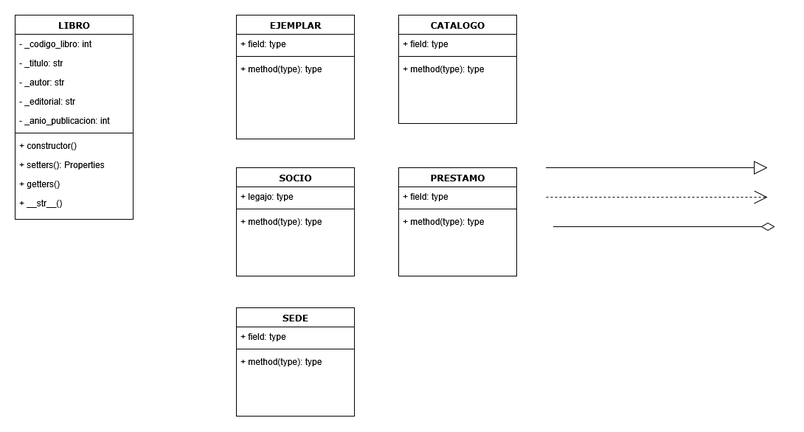
Before: Recursos/diagrama de clases.drawio.png, a diagram exported from draw.io (SergioGarzon/proyecto-dao). Source tidied: cells renumbered, new cells last; positions are measured from the earlier drawing's top-left corner, leaving out a move shared by most shapes.
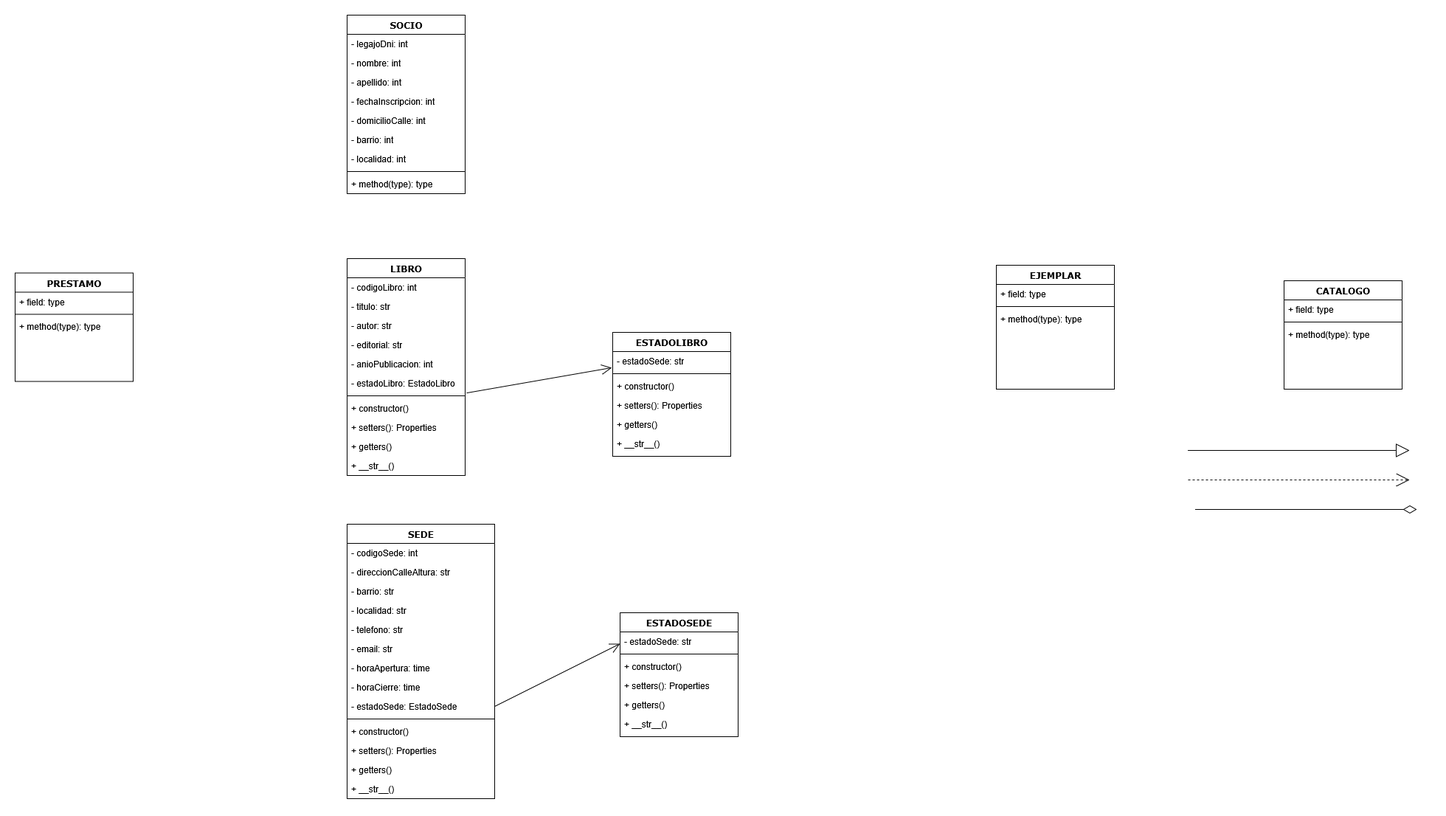
Later version of the same file.

Commit message:
feat: Se agregan las entidades, se trabaja en ello, y se modifica el diagrama de clases

What changed in the source:
```diff
@@ -24,33 +24,36 @@
     <mxCell id="4" value="LIBRO" style="swimlane;html=1;fontStyle=1;align=center;verticalAlign=top;horizontal=1;startSize=26;swimlaneFillColor=#ffffff;rounded=0;shadow=0;comic=0;labelBackgroundColor=none;strokeWidth=1;fillColor=none;fontFamily=Verdana;fontSize=12;" parent="1" vertex="1">
-      <mxGeometry width="160" height="277" as="geometry" />
+      <mxGeometry x="-420" y="-53" width="160" height="294" as="geometry" />
     </mxCell>
-    <mxCell id="5" value="- _codigo_libro: int&amp;nbsp;" style="text;html=1;strokeColor=none;fillColor=none;align=left;verticalAlign=top;spacingLeft=4;spacingRight=4;whiteSpace=wrap;overflow=hidden;" parent="4" vertex="1">
+    <mxCell id="5" value="- codigoLibro: int&amp;nbsp;" style="text;html=1;strokeColor=none;fillColor=none;align=left;verticalAlign=top;spacingLeft=4;spacingRight=4;whiteSpace=wrap;overflow=hidden;" parent="4" vertex="1">
       <mxGeometry y="26" width="160" height="26" as="geometry" />
     </mxCell>
-    <mxCell id="6" value="- _titulo: str" style="text;html=1;strokeColor=none;fillColor=none;align=left;verticalAlign=top;spacingLeft=4;spacingRight=4;whiteSpace=wrap;overflow=hidden;" parent="4" vertex="1">
+    <mxCell id="6" value="- titulo: str" style="text;html=1;strokeColor=none;fillColor=none;align=left;verticalAlign=top;spacingLeft=4;spacingRight=4;whiteSpace=wrap;overflow=hidden;" parent="4" vertex="1">
       <mxGeometry y="52" width="160" height="26" as="geometry" />
     </mxCell>
-    <mxCell id="7" value="- _autor: str" style="text;html=1;strokeColor=none;fillColor=none;align=left;verticalAlign=top;spacingLeft=4;spacingRight=4;whiteSpace=wrap;overflow=hidden;" parent="4" vertex="1">
+    <mxCell id="7" value="- autor: str" style="text;html=1;strokeColor=none;fillColor=none;align=left;verticalAlign=top;spacingLeft=4;spacingRight=4;whiteSpace=wrap;overflow=hidden;" parent="4" vertex="1">
       <mxGeometry y="78" width="160" height="26" as="geometry" />
     </mxCell>
-    <mxCell id="8" value="- _editorial: str" style="text;html=1;strokeColor=none;fillColor=none;align=left;verticalAlign=top;spacingLeft=4;spacingRight=4;whiteSpace=wrap;overflow=hidden;" parent="4" vertex="1">
+    <mxCell id="8" value="- editorial: str" style="text;html=1;strokeColor=none;fillColor=none;align=left;verticalAlign=top;spacingLeft=4;spacingRight=4;whiteSpace=wrap;overflow=hidden;" parent="4" vertex="1">
       <mxGeometry y="104" width="160" height="26" as="geometry" />
     </mxCell>
+    <mxCell id="36" value="- anioPublicacion: int" style="text;html=1;strokeColor=none;fillColor=none;align=left;verticalAlign=top;spacingLeft=4;spacingRight=4;whiteSpace=wrap;overflow=hidden;" parent="4" vertex="1">
+      <mxGeometry y="130" width="160" height="26" as="geometry" />
+    </mxCell>
-    <mxCell id="9" value="- _anio_publicacion: int" style="text;html=1;strokeColor=none;fillColor=none;align=left;verticalAlign=top;spacingLeft=4;spacingRight=4;whiteSpace=wrap;overflow=hidden;points=[[0,0.5],[1,0.5]];portConstraint=eastwest;" parent="4" vertex="1">
-      <mxGeometry y="130" width="160" height="26" as="geometry" />
+    <mxCell id="9" value="- estadoLibro: EstadoLibro" style="text;html=1;strokeColor=none;fillColor=none;align=left;verticalAlign=top;spacingLeft=4;spacingRight=4;whiteSpace=wrap;overflow=hidden;points=[[0,0.5],[1,0.5]];portConstraint=eastwest;" parent="4" vertex="1">
+      <mxGeometry y="156" width="160" height="26" as="geometry" />
     </mxCell>
     <mxCell id="10" style="line;html=1;strokeWidth=1;fillColor=none;align=left;verticalAlign=middle;spacingTop=-1;spacingLeft=3;spacingRight=3;labelPosition=right;" parent="4" vertex="1">
-      <mxGeometry y="156" width="160" height="8" as="geometry" />
+      <mxGeometry y="182" width="160" height="8" as="geometry" />
     </mxCell>
     <mxCell id="11" value="+ constructor()" style="text;html=1;strokeColor=none;fillColor=none;align=left;verticalAlign=top;spacingLeft=4;spacingRight=4;whiteSpace=wrap;overflow=hidden;" parent="4" vertex="1">
-      <mxGeometry y="164" width="160" height="26" as="geometry" />
+      <mxGeometry y="190" width="160" height="26" as="geometry" />
     </mxCell>
     <mxCell id="12" value="&lt;div&gt;+ setters(): Properties&lt;/div&gt;" style="text;html=1;strokeColor=none;fillColor=none;align=left;verticalAlign=top;spacingLeft=4;spacingRight=4;whiteSpace=wrap;overflow=hidden;" parent="4" vertex="1">
-      <mxGeometry y="190" width="160" height="26" as="geometry" />
+      <mxGeometry y="216" width="160" height="26" as="geometry" />
     </mxCell>
     <mxCell id="13" value="&lt;div&gt;+ getters()&lt;/div&gt;" style="text;html=1;strokeColor=none;fillColor=none;align=left;verticalAlign=top;spacingLeft=4;spacingRight=4;whiteSpace=wrap;overflow=hidden;" parent="4" vertex="1">
-      <mxGeometry y="216" width="160" height="26" as="geometry" />
+      <mxGeometry y="242" width="160" height="26" as="geometry" />
     </mxCell>
     <mxCell id="14" value="&lt;div&gt;+ __str__()&lt;/div&gt;" style="text;html=1;strokeColor=none;fillColor=none;align=left;verticalAlign=top;spacingLeft=4;spacingRight=4;whiteSpace=wrap;overflow=hidden;" parent="4" vertex="1">
-      <mxGeometry y="242" width="160" height="26" as="geometry" />
+      <mxGeometry y="268" width="160" height="26" as="geometry" />
     </mxCell>
@@ -67,3 +70,3 @@
     <mxCell id="16" value="EJEMPLAR" style="swimlane;html=1;fontStyle=1;align=center;verticalAlign=top;horizontal=1;startSize=26;swimlaneFillColor=#ffffff;rounded=0;shadow=0;comic=0;labelBackgroundColor=none;strokeWidth=1;fillColor=none;fontFamily=Verdana;fontSize=12;" parent="1" vertex="1">
-      <mxGeometry x="300" width="160" height="168" as="geometry" />
+      <mxGeometry x="460" y="-44" width="160" height="168" as="geometry" />
     </mxCell>
@@ -79,3 +82,3 @@
     <mxCell id="20" value="CATALOGO" style="swimlane;html=1;fontStyle=1;align=center;verticalAlign=top;horizontal=1;startSize=26;swimlaneFillColor=#ffffff;rounded=0;shadow=0;comic=0;labelBackgroundColor=none;strokeWidth=1;fillColor=none;fontFamily=Verdana;fontSize=12;" parent="1" vertex="1">
-      <mxGeometry x="520" width="160" height="147" as="geometry" />
+      <mxGeometry x="850" y="-23" width="160" height="147" as="geometry" />
     </mxCell>
@@ -91,3 +94,3 @@
     <mxCell id="24" value="PRESTAMO" style="swimlane;html=1;fontStyle=1;align=center;verticalAlign=top;horizontal=1;startSize=26;swimlaneFillColor=#ffffff;rounded=0;shadow=0;comic=0;labelBackgroundColor=none;strokeWidth=1;fillColor=none;fontFamily=Verdana;fontSize=12;" parent="1" vertex="1">
-      <mxGeometry x="520" y="207" width="160" height="147" as="geometry" />
+      <mxGeometry x="-870" y="-33.5" width="160" height="147" as="geometry" />
     </mxCell>
@@ -102,26 +105,125 @@
     </mxCell>
-    <mxCell id="28" value="SEDE" style="swimlane;html=1;fontStyle=1;align=center;verticalAlign=top;horizontal=1;startSize=26;swimlaneFillColor=#ffffff;rounded=0;shadow=0;comic=0;labelBackgroundColor=none;strokeWidth=1;fillColor=none;fontFamily=Verdana;fontSize=12;" parent="1" vertex="1">
-      <mxGeometry x="300" y="397" width="160" height="147" as="geometry" />
-    </mxCell>
-    <mxCell id="29" value="+ field: type" style="text;html=1;strokeColor=none;fillColor=none;align=left;verticalAlign=top;spacingLeft=4;spacingRight=4;whiteSpace=wrap;overflow=hidden;" parent="28" vertex="1">
-      <mxGeometry y="26" width="160" height="26" as="geometry" />
-    </mxCell>
-    <mxCell id="30" style="line;html=1;strokeWidth=1;fillColor=none;align=left;verticalAlign=middle;spacingTop=-1;spacingLeft=3;spacingRight=3;labelPosition=right;" parent="28" vertex="1">
-      <mxGeometry y="52" width="160" height="8" as="geometry" />
-    </mxCell>
-    <mxCell id="31" value="+ method(type): type" style="text;html=1;strokeColor=none;fillColor=none;align=left;verticalAlign=top;spacingLeft=4;spacingRight=4;whiteSpace=wrap;overflow=hidden;" parent="28" vertex="1">
-      <mxGeometry y="60" width="160" height="26" as="geometry" />
-    </mxCell>
     <mxCell id="32" value="SOCIO" style="swimlane;html=1;fontStyle=1;align=center;verticalAlign=top;horizontal=1;startSize=26;swimlaneFillColor=#ffffff;rounded=0;shadow=0;comic=0;labelBackgroundColor=none;strokeWidth=1;fillColor=none;fontFamily=Verdana;fontSize=12;" parent="1" vertex="1">
-      <mxGeometry x="300" y="207" width="160" height="147" as="geometry" />
+      <mxGeometry x="-420" y="-383" width="160" height="242" as="geometry" />
     </mxCell>
+    <mxCell id="37" value="- legajoDni: int" style="text;html=1;strokeColor=none;fillColor=none;align=left;verticalAlign=top;spacingLeft=4;spacingRight=4;whiteSpace=wrap;overflow=hidden;" parent="32" vertex="1">
+      <mxGeometry y="26" width="160" height="26" as="geometry" />
+    </mxCell>
+    <mxCell id="38" value="- nombre: int" style="text;html=1;strokeColor=none;fillColor=none;align=left;verticalAlign=top;spacingLeft=4;spacingRight=4;whiteSpace=wrap;overflow=hidden;" parent="32" vertex="1">
+      <mxGeometry y="52" width="160" height="26" as="geometry" />
+    </mxCell>
+    <mxCell id="39" value="- apellido: int" style="text;html=1;strokeColor=none;fillColor=none;align=left;verticalAlign=top;spacingLeft=4;spacingRight=4;whiteSpace=wrap;overflow=hidden;" parent="32" vertex="1">
+      <mxGeometry y="78" width="160" height="26" as="geometry" />
+    </mxCell>
+    <mxCell id="40" value="- fechaInscripcion: int" style="text;html=1;strokeColor=none;fillColor=none;align=left;verticalAlign=top;spacingLeft=4;spacingRight=4;whiteSpace=wrap;overflow=hidden;" parent="32" vertex="1">
+      <mxGeometry y="104" width="160" height="26" as="geometry" />
+    </mxCell>
+    <mxCell id="41" value="- domicilioCalle: int" style="text;html=1;strokeColor=none;fillColor=none;align=left;verticalAlign=top;spacingLeft=4;spacingRight=4;whiteSpace=wrap;overflow=hidden;" parent="32" vertex="1">
+      <mxGeometry y="130" width="160" height="26" as="geometry" />
+    </mxCell>
+    <mxCell id="42" value="- barrio: int" style="text;html=1;strokeColor=none;fillColor=none;align=left;verticalAlign=top;spacingLeft=4;spacingRight=4;whiteSpace=wrap;overflow=hidden;" parent="32" vertex="1">
+      <mxGeometry y="156" width="160" height="26" as="geometry" />
+    </mxCell>
-    <mxCell id="33" value="+ legajo: type" style="text;html=1;strokeColor=none;fillColor=none;align=left;verticalAlign=top;spacingLeft=4;spacingRight=4;whiteSpace=wrap;overflow=hidden;" parent="32" vertex="1">
-      <mxGeometry y="26" width="160" height="26" as="geometry" />
+    <mxCell id="33" value="- localidad: int" style="text;html=1;strokeColor=none;fillColor=none;align=left;verticalAlign=top;spacingLeft=4;spacingRight=4;whiteSpace=wrap;overflow=hidden;" parent="32" vertex="1">
+      <mxGeometry y="182" width="160" height="26" as="geometry" />
     </mxCell>
     <mxCell id="34" style="line;html=1;strokeWidth=1;fillColor=none;align=left;verticalAlign=middle;spacingTop=-1;spacingLeft=3;spacingRight=3;labelPosition=right;" parent="32" vertex="1">
-      <mxGeometry y="52" width="160" height="8" as="geometry" />
+      <mxGeometry y="208" width="160" height="8" as="geometry" />
     </mxCell>
     <mxCell id="35" value="+ method(type): type" style="text;html=1;strokeColor=none;fillColor=none;align=left;verticalAlign=top;spacingLeft=4;spacingRight=4;whiteSpace=wrap;overflow=hidden;" parent="32" vertex="1">
-      <mxGeometry y="60" width="160" height="26" as="geometry" />
+      <mxGeometry y="216" width="160" height="26" as="geometry" />
     </mxCell>
+    <mxCell id="43" value="ESTADOSEDE" style="swimlane;html=1;fontStyle=1;align=center;verticalAlign=top;horizontal=1;startSize=26;swimlaneFillColor=#ffffff;rounded=0;shadow=0;comic=0;labelBackgroundColor=none;strokeWidth=1;fillColor=none;fontFamily=Verdana;fontSize=12;" parent="1" vertex="1">
+      <mxGeometry x="-50" y="427" width="160" height="168" as="geometry" />
+    </mxCell>
+    <mxCell id="44" value="- estadoSede: str" style="text;html=1;strokeColor=none;fillColor=none;align=left;verticalAlign=top;spacingLeft=4;spacingRight=4;whiteSpace=wrap;overflow=hidden;" parent="43" vertex="1">
+      <mxGeometry y="26" width="160" height="26" as="geometry" />
+    </mxCell>
+    <mxCell id="45" style="line;html=1;strokeWidth=1;fillColor=none;align=left;verticalAlign=middle;spacingTop=-1;spacingLeft=3;spacingRight=3;labelPosition=right;" parent="43" vertex="1">
+      <mxGeometry y="52" width="160" height="8" as="geometry" />
+    </mxCell>
+    <mxCell id="46" value="+&amp;nbsp;constructor()" style="text;html=1;strokeColor=none;fillColor=none;align=left;verticalAlign=top;spacingLeft=4;spacingRight=4;whiteSpace=wrap;overflow=hidden;" parent="43" vertex="1">
+      <mxGeometry y="60" width="160" height="26" as="geometry" />
+    </mxCell>
+    <mxCell id="47" value="+ setters(): Properties" style="text;html=1;strokeColor=none;fillColor=none;align=left;verticalAlign=top;spacingLeft=4;spacingRight=4;whiteSpace=wrap;overflow=hidden;" parent="43" vertex="1">
+      <mxGeometry y="86" width="160" height="26" as="geometry" />
+    </mxCell>
+    <mxCell id="48" value="+ getters()" style="text;html=1;strokeColor=none;fillColor=none;align=left;verticalAlign=top;spacingLeft=4;spacingRight=4;whiteSpace=wrap;overflow=hidden;" parent="43" vertex="1">
+      <mxGeometry y="112" width="160" height="26" as="geometry" />
+    </mxCell>
+    <mxCell id="49" value="+ __str__()" style="text;html=1;strokeColor=none;fillColor=none;align=left;verticalAlign=top;spacingLeft=4;spacingRight=4;whiteSpace=wrap;overflow=hidden;" parent="43" vertex="1">
+      <mxGeometry y="138" width="160" height="26" as="geometry" />
+    </mxCell>
+    <mxCell id="28" value="SEDE" style="swimlane;html=1;fontStyle=1;align=center;verticalAlign=top;horizontal=1;startSize=26;swimlaneFillColor=#ffffff;rounded=0;shadow=0;comic=0;labelBackgroundColor=none;strokeWidth=1;fillColor=none;fontFamily=Verdana;fontSize=12;" parent="1" vertex="1">
+      <mxGeometry x="-420" y="307" width="200" height="372" as="geometry" />
+    </mxCell>
+    <mxCell id="50" value="- codigoSede: int" style="text;html=1;strokeColor=none;fillColor=none;align=left;verticalAlign=top;spacingLeft=4;spacingRight=4;whiteSpace=wrap;overflow=hidden;" parent="28" vertex="1">
+      <mxGeometry y="26" width="200" height="26" as="geometry" />
+    </mxCell>
+    <mxCell id="51" value="- direccionCalleAltura: str" style="text;html=1;strokeColor=none;fillColor=none;align=left;verticalAlign=top;spacingLeft=4;spacingRight=4;whiteSpace=wrap;overflow=hidden;" parent="28" vertex="1">
+      <mxGeometry y="52" width="200" height="26" as="geometry" />
+    </mxCell>
+    <mxCell id="52" value="- barrio: str" style="text;html=1;strokeColor=none;fillColor=none;align=left;verticalAlign=top;spacingLeft=4;spacingRight=4;whiteSpace=wrap;overflow=hidden;" parent="28" vertex="1">
+      <mxGeometry y="78" width="200" height="26" as="geometry" />
+    </mxCell>
+    <mxCell id="53" value="- localidad: str" style="text;html=1;strokeColor=none;fillColor=none;align=left;verticalAlign=top;spacingLeft=4;spacingRight=4;whiteSpace=wrap;overflow=hidden;" parent="28" vertex="1">
+      <mxGeometry y="104" width="200" height="26" as="geometry" />
+    </mxCell>
+    <mxCell id="54" value="- telefono: str" style="text;html=1;strokeColor=none;fillColor=none;align=left;verticalAlign=top;spacingLeft=4;spacingRight=4;whiteSpace=wrap;overflow=hidden;" parent="28" vertex="1">
+      <mxGeometry y="130" width="200" height="26" as="geometry" />
+    </mxCell>
+    <mxCell id="55" value="- email: str" style="text;html=1;strokeColor=none;fillColor=none;align=left;verticalAlign=top;spacingLeft=4;spacingRight=4;whiteSpace=wrap;overflow=hidden;" parent="28" vertex="1">
+      <mxGeometry y="156" width="200" height="26" as="geometry" />
+    </mxCell>
+    <mxCell id="56" value="- horaApertura: time" style="text;html=1;strokeColor=none;fillColor=none;align=left;verticalAlign=top;spacingLeft=4;spacingRight=4;whiteSpace=wrap;overflow=hidden;" parent="28" vertex="1">
+      <mxGeometry y="182" width="200" height="26" as="geometry" />
+    </mxCell>
+    <mxCell id="57" value="- horaCierre: time" style="text;html=1;strokeColor=none;fillColor=none;align=left;verticalAlign=top;spacingLeft=4;spacingRight=4;whiteSpace=wrap;overflow=hidden;" parent="28" vertex="1">
+      <mxGeometry y="208" width="200" height="26" as="geometry" />
+    </mxCell>
+    <mxCell id="58" value="- estadoSede: EstadoSede" style="text;html=1;strokeColor=none;fillColor=none;align=left;verticalAlign=top;spacingLeft=4;spacingRight=4;whiteSpace=wrap;overflow=hidden;points=[[0,0.5],[1,0.5]];portConstraint=eastwest;" parent="28" vertex="1">
+      <mxGeometry y="234" width="200" height="26" as="geometry" />
+    </mxCell>
+    <mxCell id="59" style="line;html=1;strokeWidth=1;fillColor=none;align=left;verticalAlign=middle;spacingTop=-1;spacingLeft=3;spacingRight=3;labelPosition=right;" parent="28" vertex="1">
+      <mxGeometry y="260" width="200" height="8" as="geometry" />
+    </mxCell>
+    <mxCell id="60" value="+&amp;nbsp;constructor()" style="text;html=1;strokeColor=none;fillColor=none;align=left;verticalAlign=top;spacingLeft=4;spacingRight=4;whiteSpace=wrap;overflow=hidden;" parent="28" vertex="1">
+      <mxGeometry y="268" width="200" height="26" as="geometry" />
+    </mxCell>
+    <mxCell id="61" value="+ setters(): Properties" style="text;html=1;strokeColor=none;fillColor=none;align=left;verticalAlign=top;spacingLeft=4;spacingRight=4;whiteSpace=wrap;overflow=hidden;" parent="28" vertex="1">
+      <mxGeometry y="294" width="200" height="26" as="geometry" />
+    </mxCell>
+    <mxCell id="62" value="+ getters()" style="text;html=1;strokeColor=none;fillColor=none;align=left;verticalAlign=top;spacingLeft=4;spacingRight=4;whiteSpace=wrap;overflow=hidden;" parent="28" vertex="1">
+      <mxGeometry y="320" width="200" height="26" as="geometry" />
+    </mxCell>
+    <mxCell id="63" value="+ __str__()" style="text;html=1;strokeColor=none;fillColor=none;align=left;verticalAlign=top;spacingLeft=4;spacingRight=4;whiteSpace=wrap;overflow=hidden;" parent="28" vertex="1">
+      <mxGeometry y="346" width="200" height="26" as="geometry" />
+    </mxCell>
+    <mxCell id="64" style="endArrow=open;endFill=1;endSize=12;html=1;rounded=0;exitX=1;exitY=0.5;exitDx=0;exitDy=0;entryX=0;entryY=0.25;entryDx=0;entryDy=0;" parent="1" edge="1" source="58" target="43">
+      <mxGeometry relative="1" as="geometry" />
+    </mxCell>
+    <mxCell id="65" value="ESTADOLIBRO" style="swimlane;html=1;fontStyle=1;align=center;verticalAlign=top;horizontal=1;startSize=26;swimlaneFillColor=#ffffff;rounded=0;shadow=0;comic=0;labelBackgroundColor=none;strokeWidth=1;fillColor=none;fontFamily=Verdana;fontSize=12;" parent="1" vertex="1">
+      <mxGeometry x="-60" y="47" width="160" height="168" as="geometry" />
+    </mxCell>
+    <mxCell id="66" value="- estadoSede: str" style="text;html=1;strokeColor=none;fillColor=none;align=left;verticalAlign=top;spacingLeft=4;spacingRight=4;whiteSpace=wrap;overflow=hidden;points=[[0,0.5],[1,0.5]];portConstraint=eastwest;" parent="65" vertex="1">
+      <mxGeometry y="26" width="160" height="26" as="geometry" />
+    </mxCell>
+    <mxCell id="67" style="line;html=1;strokeWidth=1;fillColor=none;align=left;verticalAlign=middle;spacingTop=-1;spacingLeft=3;spacingRight=3;labelPosition=right;" parent="65" vertex="1">
+      <mxGeometry y="52" width="160" height="8" as="geometry" />
+    </mxCell>
+    <mxCell id="68" value="+&amp;nbsp;constructor()" style="text;html=1;strokeColor=none;fillColor=none;align=left;verticalAlign=top;spacingLeft=4;spacingRight=4;whiteSpace=wrap;overflow=hidden;" parent="65" vertex="1">
+      <mxGeometry y="60" width="160" height="26" as="geometry" />
+    </mxCell>
+    <mxCell id="69" value="+ setters(): Properties" style="text;html=1;strokeColor=none;fillColor=none;align=left;verticalAlign=top;spacingLeft=4;spacingRight=4;whiteSpace=wrap;overflow=hidden;" parent="65" vertex="1">
+      <mxGeometry y="86" width="160" height="26" as="geometry" />
+    </mxCell>
+    <mxCell id="70" value="+ getters()" style="text;html=1;strokeColor=none;fillColor=none;align=left;verticalAlign=top;spacingLeft=4;spacingRight=4;whiteSpace=wrap;overflow=hidden;" parent="65" vertex="1">
+      <mxGeometry y="112" width="160" height="26" as="geometry" />
+    </mxCell>
+    <mxCell id="71" value="+ __str__()" style="text;html=1;strokeColor=none;fillColor=none;align=left;verticalAlign=top;spacingLeft=4;spacingRight=4;whiteSpace=wrap;overflow=hidden;" parent="65" vertex="1">
+      <mxGeometry y="138" width="160" height="26" as="geometry" />
+    </mxCell>
+    <mxCell id="72" style="endArrow=open;endFill=1;endSize=12;html=1;rounded=0;exitX=1.013;exitY=1.004;exitDx=0;exitDy=0;exitPerimeter=0;entryX=-0.008;entryY=0.842;entryDx=0;entryDy=0;entryPerimeter=0;" parent="1" edge="1" source="9" target="66">
+      <mxGeometry relative="1" as="geometry" />
+    </mxCell>
   </root>
```
